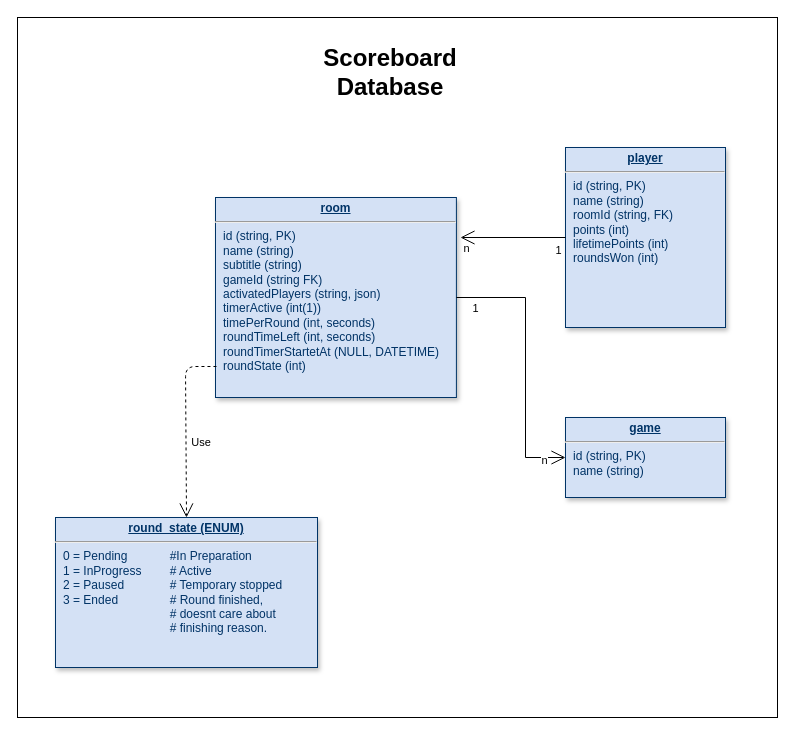
sfxon/scoreboard keeps this draw.io diagram as docs/database-diagram.drawio. Above is the earlier version. Source tidied: cells renumbered, new cells numbered last; positions are measured from the earlier drawing's top-left corner, leaving out a move shared by most shapes. Both pictures are drawn from the tidied source at 100%, with x=0, y=0 at pixel (17, 17).
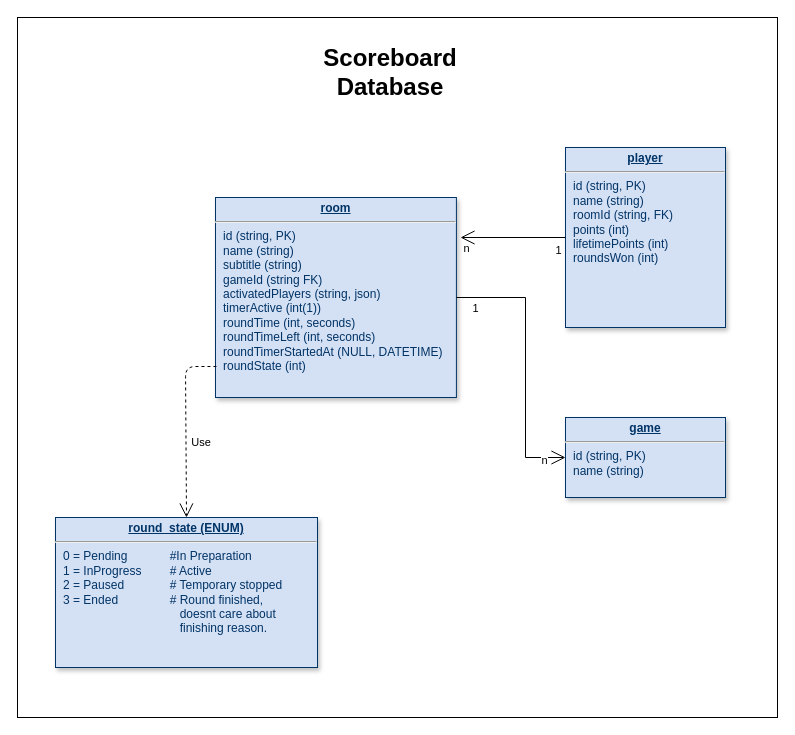
The same page after the edit.

Commit message (it also covers changes not shown here):
Add roundTimerStartedAdd to room.

What changed in the source:
```diff
@@
-    <mxCell id="4" value="&lt;p style=&quot;margin: 4px 0px 0px; text-align: center; text-decoration: underline;&quot;&gt;&lt;strong&gt;round_state (ENUM)&lt;/strong&gt;&lt;/p&gt;&lt;hr&gt;&lt;p style=&quot;margin: 0px; margin-left: 8px;&quot;&gt;0 = Pending&lt;span style=&quot;white-space: pre;&quot;&gt;&#9;&lt;/span&gt;&lt;span style=&quot;white-space: pre;&quot;&gt;&#9;&lt;/span&gt;#In Preparation&lt;br&gt;1 = InProgress&lt;span style=&quot;white-space: pre;&quot;&gt;&#9;&lt;/span&gt;# Active&lt;/p&gt;&lt;p style=&quot;margin: 0px; margin-left: 8px;&quot;&gt;2 = Paused&lt;span style=&quot;white-space: pre;&quot;&gt;&#9;&lt;/span&gt;&lt;span style=&quot;white-space: pre;&quot;&gt;&#9;&lt;/span&gt;# Temporary stopped&lt;/p&gt;&lt;p style=&quot;margin: 0px; margin-left: 8px;&quot;&gt;3 = Ended&lt;span style=&quot;white-space: pre;&quot;&gt;&#9;&lt;/span&gt;&lt;span style=&quot;white-space: pre;&quot;&gt;&#9;&lt;/span&gt;# Round finished,&lt;br&gt;&lt;span style=&quot;white-space: pre;&quot;&gt;&#9;&lt;/span&gt;&lt;span style=&quot;white-space: pre;&quot;&gt;&#9;&lt;/span&gt;&lt;span style=&quot;white-space: pre;&quot;&gt;&#9;&lt;/span&gt;&lt;span style=&quot;white-space: pre;&quot;&gt;&#9;&lt;/span&gt;# doesnt care about&lt;/p&gt;&lt;p style=&quot;margin: 0px; margin-left: 8px;&quot;&gt;&lt;span style=&quot;white-space: pre;&quot;&gt;&#9;&lt;/span&gt;&lt;span style=&quot;white-space: pre;&quot;&gt;&#9;&lt;/span&gt;&lt;span style=&quot;white-space: pre;&quot;&gt;&#9;&lt;/span&gt;&lt;span style=&quot;white-space: pre;&quot;&gt;&#9;&lt;/span&gt;# finishing reason.&lt;/p&gt;" style="verticalAlign=top;align=left;overflow=fill;fontSize=12;fontFamily=Helvetica;html=1;strokeColor=#003366;shadow=1;fillColor=#D4E1F5;fontColor=#003366;" parent="1" vertex="1">
+    <mxCell id="4" value="&lt;p style=&quot;margin: 4px 0px 0px ; text-align: center ; text-decoration: underline&quot;&gt;&lt;strong&gt;round_state (ENUM)&lt;/strong&gt;&lt;/p&gt;&lt;hr&gt;&lt;p style=&quot;margin: 0px ; margin-left: 8px&quot;&gt;0 = Pending&lt;span style=&quot;white-space: pre&quot;&gt;&#9;&lt;/span&gt;&lt;span style=&quot;white-space: pre&quot;&gt;&#9;&lt;/span&gt;#In Preparation&lt;br&gt;1 = InProgress&lt;span style=&quot;white-space: pre&quot;&gt;&#9;&lt;/span&gt;# Active&lt;/p&gt;&lt;p style=&quot;margin: 0px ; margin-left: 8px&quot;&gt;2 = Paused&lt;span style=&quot;white-space: pre&quot;&gt;&#9;&lt;/span&gt;&lt;span style=&quot;white-space: pre&quot;&gt;&#9;&lt;/span&gt;# Temporary stopped&lt;/p&gt;&lt;p style=&quot;margin: 0px ; margin-left: 8px&quot;&gt;3 = Ended&lt;span style=&quot;white-space: pre&quot;&gt;&#9;&lt;/span&gt;&lt;span style=&quot;white-space: pre&quot;&gt;&#9;&lt;/span&gt;# Round finished,&lt;br&gt;&lt;span style=&quot;white-space: pre&quot;&gt;&#9;&lt;/span&gt;&lt;span style=&quot;white-space: pre&quot;&gt;&#9;&lt;/span&gt;&lt;span style=&quot;white-space: pre&quot;&gt;&#9;&lt;/span&gt;&lt;span style=&quot;white-space: pre&quot;&gt;&#9;&lt;/span&gt;&amp;nbsp; &amp;nbsp;doesnt care about&lt;/p&gt;&lt;p style=&quot;margin: 0px ; margin-left: 8px&quot;&gt;&lt;span style=&quot;white-space: pre&quot;&gt;&#9;&lt;/span&gt;&lt;span style=&quot;white-space: pre&quot;&gt;&#9;&lt;/span&gt;&lt;span style=&quot;white-space: pre&quot;&gt;&#9;&lt;/span&gt;&lt;span style=&quot;white-space: pre&quot;&gt;&#9;&lt;/span&gt;&amp;nbsp;&amp;nbsp;&amp;nbsp;finishing reason.&lt;/p&gt;" style="verticalAlign=top;align=left;overflow=fill;fontSize=12;fontFamily=Helvetica;html=1;strokeColor=#003366;shadow=1;fillColor=#D4E1F5;fontColor=#003366;" parent="1" vertex="1">
       <mxGeometry x="38" y="500" width="262" height="150" as="geometry" />
     </mxCell>
@@
-    <mxCell id="6" value="&lt;p style=&quot;margin: 4px 0px 0px; text-align: center; text-decoration: underline;&quot;&gt;&lt;strong&gt;room&lt;/strong&gt;&lt;/p&gt;&lt;hr&gt;&lt;p style=&quot;margin: 0px; margin-left: 8px;&quot;&gt;id (string, PK)&lt;/p&gt;&lt;p style=&quot;margin: 0px; margin-left: 8px;&quot;&gt;name (string)&lt;/p&gt;&lt;p style=&quot;margin: 0px; margin-left: 8px;&quot;&gt;subtitle (string)&lt;br&gt;gameId (string FK)&lt;br&gt;activatedPlayers (string, json)&lt;/p&gt;&lt;p style=&quot;margin: 0px; margin-left: 8px;&quot;&gt;timerActive (int(1))&lt;br&gt;timePerRound (int, seconds)&lt;br&gt;roundTimeLeft (int, seconds)&lt;/p&gt;&lt;p style=&quot;margin: 0px; margin-left: 8px;&quot;&gt;roundTimerStartetAt (NULL, DATETIME)&lt;br&gt;roundState (int)&lt;/p&gt;" style="verticalAlign=top;align=left;overflow=fill;fontSize=12;fontFamily=Helvetica;html=1;strokeColor=#003366;shadow=1;fillColor=#D4E1F5;fontColor=#003366;" parent="1" vertex="1">
+    <mxCell id="6" value="&lt;p style=&quot;margin: 4px 0px 0px ; text-align: center ; text-decoration: underline&quot;&gt;&lt;strong&gt;room&lt;/strong&gt;&lt;/p&gt;&lt;hr&gt;&lt;p style=&quot;margin: 0px ; margin-left: 8px&quot;&gt;id (string, PK)&lt;/p&gt;&lt;p style=&quot;margin: 0px ; margin-left: 8px&quot;&gt;name (string)&lt;/p&gt;&lt;p style=&quot;margin: 0px ; margin-left: 8px&quot;&gt;subtitle (string)&lt;br&gt;gameId (string FK)&lt;br&gt;activatedPlayers (string, json)&lt;/p&gt;&lt;p style=&quot;margin: 0px ; margin-left: 8px&quot;&gt;timerActive (int(1))&lt;br&gt;roundTime (int, seconds)&lt;br&gt;roundTimeLeft (int, seconds)&lt;/p&gt;&lt;p style=&quot;margin: 0px ; margin-left: 8px&quot;&gt;roundTimerStartedAt (NULL, DATETIME)&lt;br&gt;roundState (int)&lt;/p&gt;" style="verticalAlign=top;align=left;overflow=fill;fontSize=12;fontFamily=Helvetica;html=1;strokeColor=#003366;shadow=1;fillColor=#D4E1F5;fontColor=#003366;" parent="1" vertex="1">
       <mxGeometry x="198" y="180" width="240.9" height="200" as="geometry" />
     </mxCell>
```
